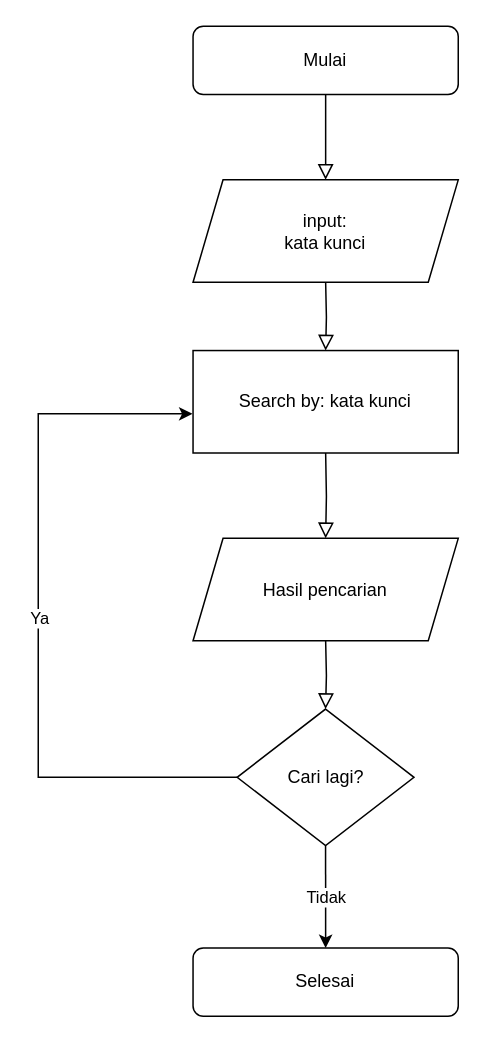
Earlier version of the draw.io diagram flow-chart-book-search-tool.drawio (wijdancompany/book-search-tool). Source tidied: cells renumbered, new cells numbered last; positions are measured from the earlier drawing's top-left corner, leaving out a move shared by most shapes. Both pictures are drawn from the tidied source at 150%, with x=0, y=0 at pixel (38, 26).
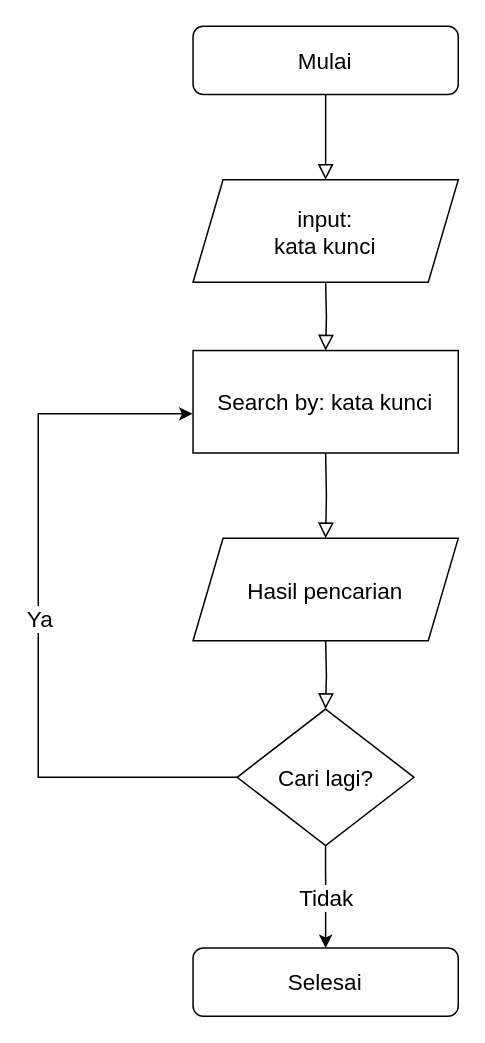
Above is the later version.

Change to the diagram source:
```diff
@@
-    <mxCell id="2" style="group;" parent="1" vertex="1">
-      <mxGeometry width="280" height="660" as="geometry" />
-    </mxCell>
-    <mxCell id="3" style="rounded=0;html=1;jettySize=auto;fontSize=11;endArrow=block;endFill=0;endSize=8;strokeWidth=1;shadow=0;labelBackgroundColor=none;edgeStyle=orthogonalEdgeStyle;" parent="2" edge="1" source="4">
+    <mxCell id="3" style="rounded=0;html=1;jettySize=auto;fontSize=11;endArrow=block;endFill=0;endSize=8;strokeWidth=1;shadow=0;labelBackgroundColor=none;edgeStyle=orthogonalEdgeStyle;" parent="1" edge="1" source="4">
       <mxGeometry relative="1" as="geometry">
         <mxPoint x="191.6" y="102.4" as="targetPoint" />
       </mxGeometry>
     </mxCell>
-    <mxCell id="4" value="Mulai" style="rounded=1;whiteSpace=wrap;html=1;fontSize=12;glass=0;strokeWidth=1;shadow=0;" parent="2" vertex="1">
+    <mxCell id="4" value="Mulai" style="rounded=1;whiteSpace=wrap;html=1;fontSize=15;glass=0;strokeWidth=1;shadow=0;" parent="1" vertex="1">
       <mxGeometry x="103.2" width="176.8" height="45.5" as="geometry" />
     </mxCell>
-    <mxCell id="5" value="Search by: kata kunci" style="rounded=0;whiteSpace=wrap;html=1;" parent="2" vertex="1">
+    <mxCell id="5" value="Search by: kata kunci" style="rounded=0;whiteSpace=wrap;html=1;fontSize=15;" parent="1" vertex="1">
       <mxGeometry x="103.2" y="216.2" width="176.8" height="68.3" as="geometry" />
     </mxCell>
-    <mxCell id="6" value="input:&lt;br&gt;kata kunci" style="shape=parallelogram;perimeter=parallelogramPerimeter;whiteSpace=wrap;html=1;fixedSize=1;" parent="2" vertex="1">
+    <mxCell id="6" value="input:&lt;br style=&quot;font-size: 15px;&quot;&gt;kata kunci" style="shape=parallelogram;perimeter=parallelogramPerimeter;whiteSpace=wrap;html=1;fixedSize=1;fontSize=15;" parent="1" vertex="1">
       <mxGeometry x="103.2" y="102.4" width="176.8" height="68.3" as="geometry" />
     </mxCell>
-    <mxCell id="7" style="rounded=0;html=1;jettySize=auto;fontSize=11;endArrow=block;endFill=0;endSize=8;strokeWidth=1;shadow=0;labelBackgroundColor=none;edgeStyle=orthogonalEdgeStyle;entryX=0.5;entryY=0;entryDx=0;entryDy=0;" parent="2" edge="1" target="5">
+    <mxCell id="7" style="rounded=0;html=1;jettySize=auto;fontSize=11;endArrow=block;endFill=0;endSize=8;strokeWidth=1;shadow=0;labelBackgroundColor=none;edgeStyle=orthogonalEdgeStyle;entryX=0.5;entryY=0;entryDx=0;entryDy=0;" parent="1" edge="1" target="5">
       <mxGeometry relative="1" as="geometry">
         <mxPoint x="191.6" y="170.7" as="sourcePoint" />
       </mxGeometry>
     </mxCell>
-    <mxCell id="8" value="Hasil pencarian" style="shape=parallelogram;perimeter=parallelogramPerimeter;whiteSpace=wrap;html=1;fixedSize=1;" parent="2" vertex="1">
+    <mxCell id="8" value="Hasil pencarian" style="shape=parallelogram;perimeter=parallelogramPerimeter;whiteSpace=wrap;html=1;fixedSize=1;fontSize=15;" parent="1" vertex="1">
       <mxGeometry x="103.2" y="341.4" width="176.8" height="68.3" as="geometry" />
     </mxCell>
-    <mxCell id="9" style="rounded=0;html=1;jettySize=auto;fontSize=11;endArrow=block;endFill=0;endSize=8;strokeWidth=1;shadow=0;labelBackgroundColor=none;edgeStyle=orthogonalEdgeStyle;entryX=0.5;entryY=0;entryDx=0;entryDy=0;" parent="2" edge="1" target="8">
+    <mxCell id="9" style="rounded=0;html=1;jettySize=auto;fontSize=11;endArrow=block;endFill=0;endSize=8;strokeWidth=1;shadow=0;labelBackgroundColor=none;edgeStyle=orthogonalEdgeStyle;entryX=0.5;entryY=0;entryDx=0;entryDy=0;" parent="1" edge="1" target="8">
       <mxGeometry relative="1" as="geometry">
         <mxPoint x="191.6" y="284.5" as="sourcePoint" />
       </mxGeometry>
     </mxCell>
-    <mxCell id="10" value="Cari lagi?" style="rhombus;whiteSpace=wrap;html=1;" parent="2" vertex="1">
+    <mxCell id="10" value="Cari lagi?" style="rhombus;whiteSpace=wrap;html=1;fontSize=15;" parent="1" vertex="1">
       <mxGeometry x="132.6" y="455.2" width="117.9" height="91" as="geometry" />
     </mxCell>
-    <mxCell id="11" style="endArrow=classic;html=1;rounded=0;exitX=0;exitY=0.5;exitDx=0;exitDy=0;entryX=-0.002;entryY=0.618;entryDx=0;entryDy=0;entryPerimeter=0;" parent="2" edge="1" source="10" target="5">
+    <mxCell id="11" style="endArrow=classic;html=1;rounded=0;exitX=0;exitY=0.5;exitDx=0;exitDy=0;entryX=-0.002;entryY=0.618;entryDx=0;entryDy=0;entryPerimeter=0;" parent="1" edge="1" source="10" target="5">
       <mxGeometry relative="1" as="geometry">
         <Array as="points">
           <mxPoint y="500.7" />
           <mxPoint y="386.9" />
           <mxPoint y="258.3" />
         </Array>
       </mxGeometry>
     </mxCell>
-    <mxCell id="12" value="Ya" style="edgeLabel;html=1;align=center;verticalAlign=middle;" parent="11" vertex="1">
+    <mxCell id="12" value="Ya" style="edgeLabel;html=1;align=center;verticalAlign=middle;fontSize=15;" parent="11" vertex="1">
       <mxGeometry relative="1" as="geometry" />
     </mxCell>
-    <mxCell id="13" style="endArrow=classic;html=1;rounded=0;exitX=0.5;exitY=1;exitDx=0;exitDy=0;" parent="2" edge="1" source="10">
+    <mxCell id="13" style="endArrow=classic;html=1;rounded=0;exitX=0.5;exitY=1;exitDx=0;exitDy=0;" parent="1" edge="1" source="10">
       <mxGeometry relative="1" as="geometry">
         <mxPoint x="191.6" y="614.5" as="targetPoint" />
       </mxGeometry>
     </mxCell>
-    <mxCell id="14" value="Tidak" style="edgeLabel;html=1;align=center;verticalAlign=middle;" parent="13" vertex="1">
+    <mxCell id="14" value="Tidak" style="edgeLabel;html=1;align=center;verticalAlign=middle;fontSize=15;" parent="13" vertex="1">
       <mxGeometry relative="1" as="geometry" />
     </mxCell>
-    <mxCell id="15" value="Selesai" style="rounded=1;whiteSpace=wrap;html=1;fontSize=12;glass=0;strokeWidth=1;shadow=0;" parent="2" vertex="1">
+    <mxCell id="15" value="Selesai" style="rounded=1;whiteSpace=wrap;html=1;fontSize=15;glass=0;strokeWidth=1;shadow=0;" parent="1" vertex="1">
       <mxGeometry x="103.2" y="614.5" width="176.8" height="45.5" as="geometry" />
     </mxCell>
-    <mxCell id="16" style="rounded=0;html=1;jettySize=auto;fontSize=11;endArrow=block;endFill=0;endSize=8;strokeWidth=1;shadow=0;labelBackgroundColor=none;edgeStyle=orthogonalEdgeStyle;entryX=0.5;entryY=0;entryDx=0;entryDy=0;" parent="2" edge="1" target="10">
+    <mxCell id="16" style="rounded=0;html=1;jettySize=auto;fontSize=11;endArrow=block;endFill=0;endSize=8;strokeWidth=1;shadow=0;labelBackgroundColor=none;edgeStyle=orthogonalEdgeStyle;entryX=0.5;entryY=0;entryDx=0;entryDy=0;" parent="1" edge="1" target="10">
       <mxGeometry relative="1" as="geometry">
         <mxPoint x="191.6" y="409.7" as="sourcePoint" />
       </mxGeometry>
     </mxCell>
```
